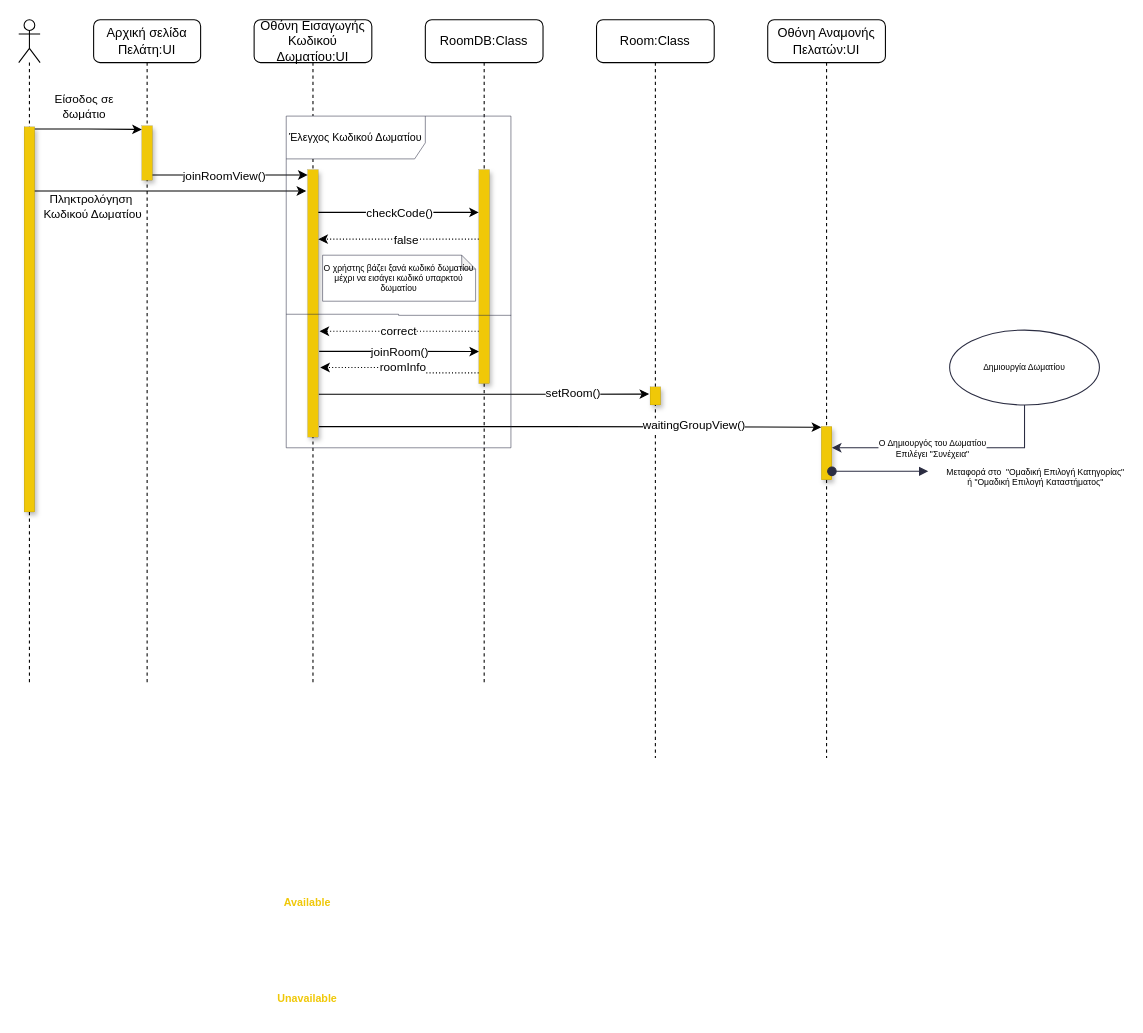
iloudaros/nomnomr keeps this draw.io diagram as docs/contributions/iloudaros/Diagrams/Sequence Diagrams/Είσοδος σε Δωμάτιο/Είσοδος σε Δωμάτιο Sequence.drawio. Above is the earlier version. Source tidied: cells renumbered, new cells numbered last; positions are measured from the earlier drawing's top-left corner, leaving out a move shared by most shapes. Both pictures are drawn from the tidied source at 107%, with x=0, y=0 at pixel (18, 19).
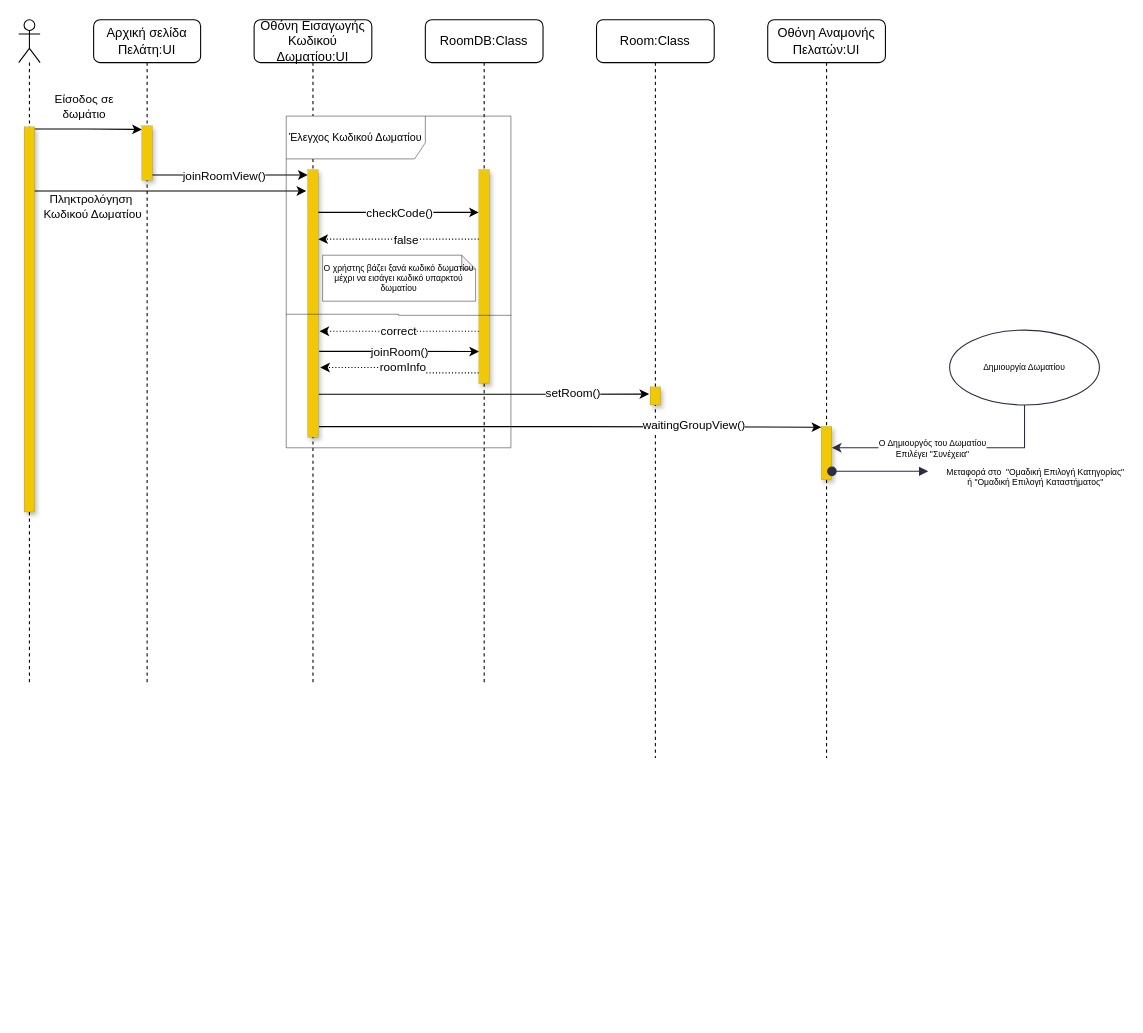
After the change.

Commit message:
Καθαρισμός του Διαγράμματος

Αφαιρέθηκε άσχετο κείμενο

Diff of the diagram source:
```diff
@@
-    <mxCell id="16" value="&lt;font color=&quot;#f0c808&quot;&gt;&lt;b&gt;Available&lt;/b&gt;&lt;/font&gt;" style="text;html=1;strokeColor=none;fillColor=none;align=center;verticalAlign=middle;whiteSpace=wrap;rounded=0;fontSize=10;" parent="1" vertex="1">
-      <mxGeometry x="240" y="810" width="60" height="30" as="geometry" />
-    </mxCell>
-    <mxCell id="17" value="&lt;font color=&quot;#f0c808&quot;&gt;&lt;b&gt;Unavailable&lt;/b&gt;&lt;/font&gt;" style="text;html=1;strokeColor=none;fillColor=none;align=center;verticalAlign=middle;whiteSpace=wrap;rounded=0;fontSize=10;" parent="1" vertex="1">
-      <mxGeometry x="240" y="899" width="60" height="30" as="geometry" />
-    </mxCell>
```
